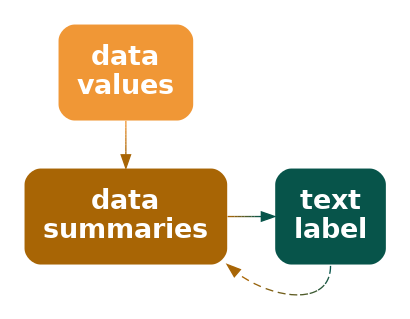
Earlier version of the Graphviz export Diagrams/data-stat-label.png (pmur002/hdvw). Its source is kept beside it as Diagrams/data-stat-label.dot.
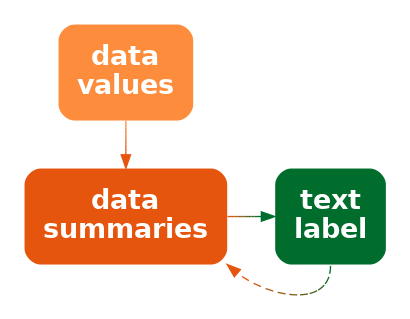
Above is the later version.

What changed in the source:
```diff
@@ -1,12 +1,12 @@
 digraph {
   graph [ rankdir=LR; margin=.2; nodesep=.5 ];
   node [ fontsize=20; fontname="sans bold"; margin=.2 ];
-  data [ label="data\nvalues"; shape=box; style="filled, rounded"; penwidth=0; fontcolor=white; fillcolor="#F09736" ]
-  stat [ label="data\nsummaries"; shape=box; style="filled, rounded"; penwidth=0; fontcolor=white; fillcolor="#A86505" ]
+  data [ label="data\nvalues"; shape=box; style="filled, rounded"; penwidth=0; fontcolor=white; fillcolor="#FD8D3C" ]
+  stat [ label="data\nsummaries"; shape=box; style="filled, rounded"; penwidth=0; fontcolor=white; fillcolor="#E6550D" ]
   label [ label="text\nlabel"; shape=box;
-       style="filled, rounded"; penwidth=0; fontcolor=white; fillcolor="#07544A" ]
-  data -> stat [ color="#F09736;0.1:#E89131;0.1:#E08C2B;0.1:#D88626;0.1:#D08120;0.1:#C87B1B;0.1:#C07615;0.1:#B87010;0.1:#B06B0A;0.1:#A86505;0.1" ]
-  stat -> label [ color="#A86505;0.1:#96630D;0.1:#846114;0.1:#725F1C;0.1:#605D24;0.1:#4F5C2B;0.1:#3D5A33;0.1:#2B583B;0.1:#195642;0.1:#07544A;0.1" ]
-  label:s -> stat:se [ style="dashed", color="#07544A;0.1:#195642;0.1:#2B583B;0.1:#3D5A33;0.1:#4F5C2B;0.1:#605D24;0.1:#725F1C;0.1:#846114;0.1:#96630D;0.1:#A86505;0.1" ]
+       style="filled, rounded"; penwidth=0; fontcolor=white; fillcolor="#006D2C" ]
+  data -> stat [ color="#FD8D3C;0.1:#FA8737;0.1:#F88132;0.1:#F57A2C;0.1:#F37427;0.1:#F06E22;0.1:#EE681D;0.1:#EB6117;0.1:#E95B12;0.1:#E6550D;0.1" ]
+  stat -> label [ color="#E6550D;0.1:#CC5810;0.1:#B35A14;0.1:#995D17;0.1:#80601B;0.1:#66621E;0.1:#4D6522;0.1:#336825;0.1:#1A6A29;0.1:#006D2C;0.1" ]
+  label:s -> stat:se [ style="dashed", color="#006D2C;0.1:#1A6A29;0.1:#336825;0.1:#4D6522;0.1:#66621E;0.1:#80601B;0.1:#995D17;0.1:#B35A14;0.1:#CC5810;0.1:#E6550D;0.1" ]
 { rank=same; data, stat }
 }
```
